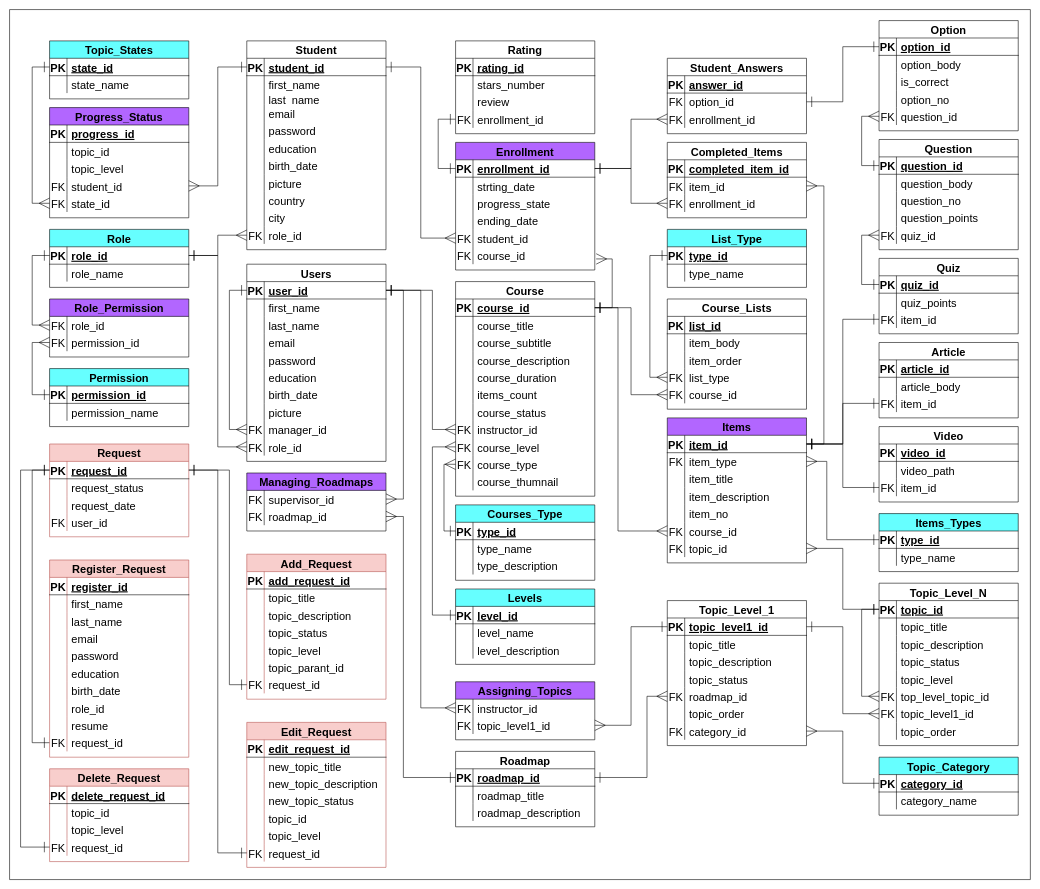
YAMANX8/UML keeps this draw.io diagram as roadmap platform erd.drawio. Above is the earlier version. Source tidied: cells renumbered, new cells numbered last; positions are measured from the earlier drawing's top-left corner, leaving out a move shared by most shapes. Both pictures are drawn from the tidied source at 58%, with x=0, y=0 at pixel (9, 9).
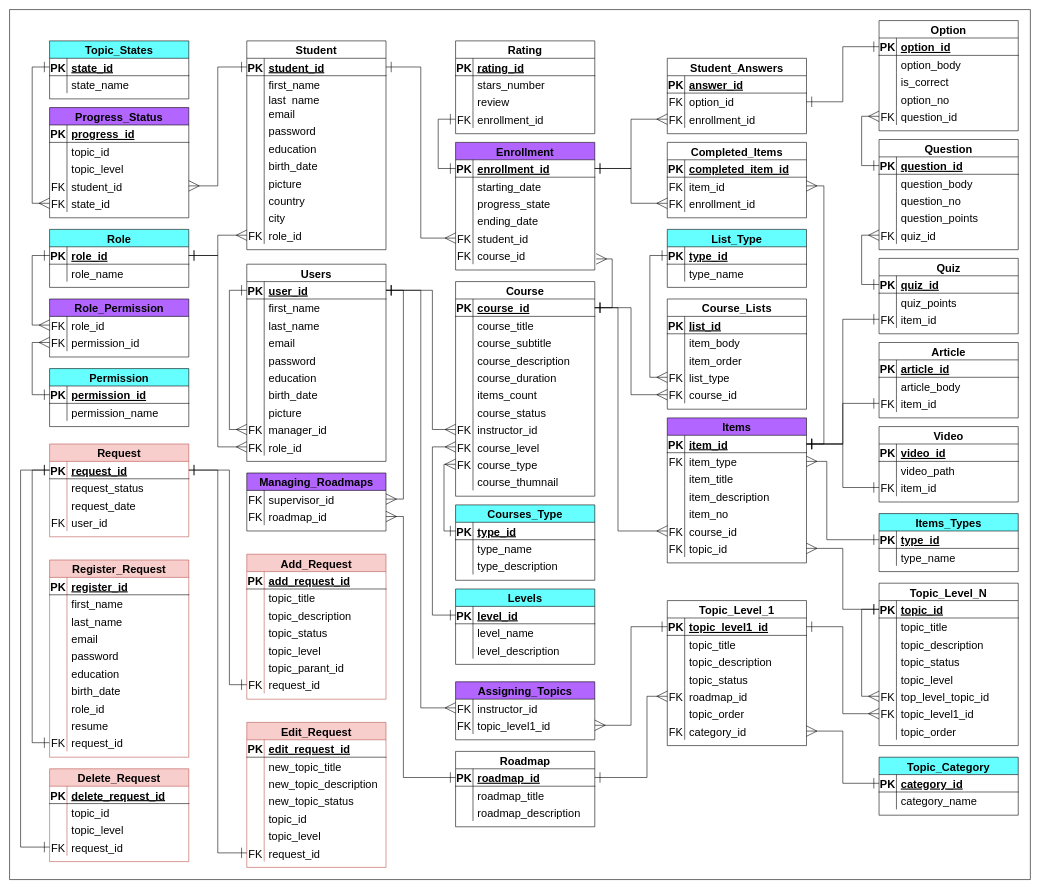
Above is the later version.

The change refers to these unchanged cells:
```xml
<mxCell id="8" style="shape=partialRectangle;fillColor=none;top=0;left=0;right=0;bottom=0;fontSize=19;" parent="4" vertex="1">
  <mxGeometry y="60" width="240" height="30" as="geometry" />
</mxCell>
```

Diff of the diagram source:
```diff
@@
-    <mxCell id="10" value="strting_date" style="shape=partialRectangle;overflow=hidden;fillColor=none;top=0;left=0;bottom=0;right=0;align=left;spacingLeft=6;fontSize=19;" parent="8" vertex="1">
+    <mxCell id="10" value="starting_date" style="shape=partialRectangle;overflow=hidden;fillColor=none;top=0;left=0;bottom=0;right=0;align=left;spacingLeft=6;fontSize=19;" parent="8" vertex="1">
       <mxGeometry x="30" width="210" height="30" as="geometry" />
     </mxCell>
```
